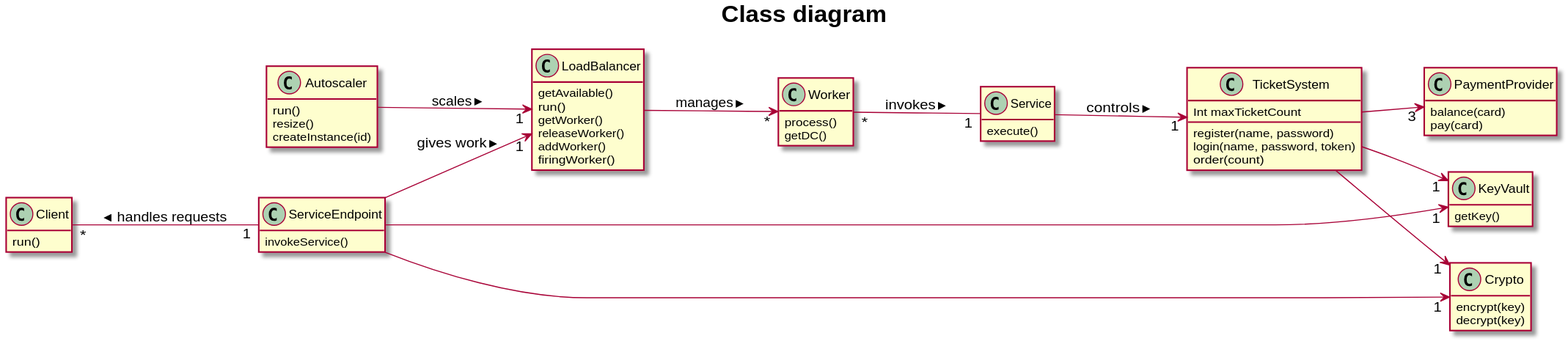
jstorm31/capita-selecta-project keeps this PlantUML diagram as out/model/diagram/ClassDiagram/Class diagram.svg. Above is the earlier version.
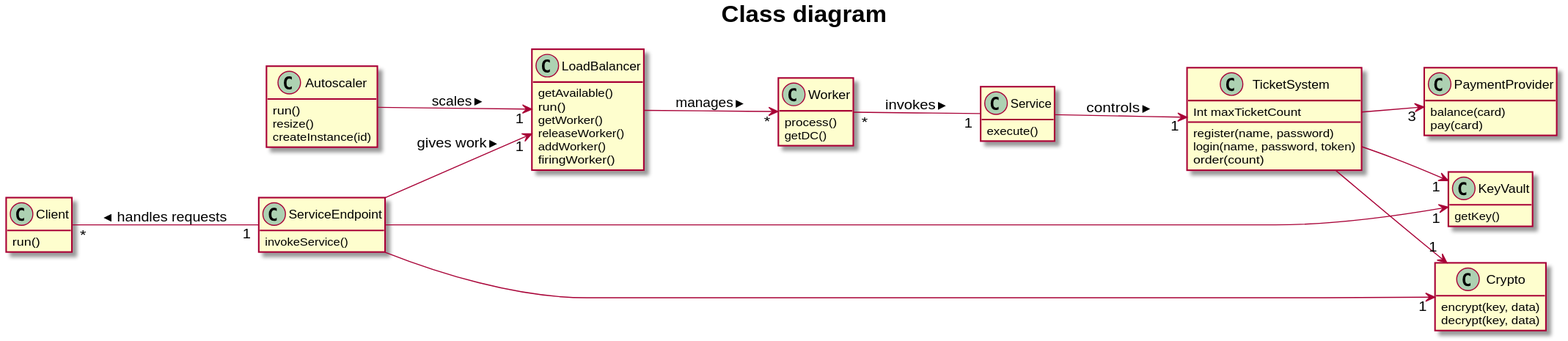
The same file after the commit.

Change to the diagram source:
```diff
@@ -16,8 +16,8 @@
     }
 
     class Crypto {
-        encrypt(key)
-        decrypt(key)
+        encrypt(key, data)
+        decrypt(key, data)
     }
 
     class PaymentProvider {
```
